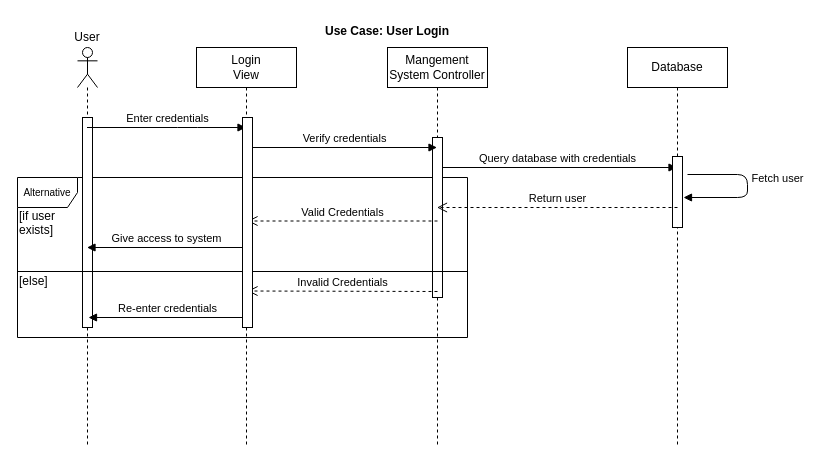
This is page "Login" (1 of 10) of SequenceDiagrams.drawio from ryan-holt/ENSF480FinalProject, a draw.io file, before an edit. Source tidied: cells renumbered, new cells numbered last; positions are measured from the earlier drawing's top-left corner, leaving out a move shared by most shapes. Both pictures are drawn from the tidied source at 100%, with x=0, y=0 at pixel (17, 17).
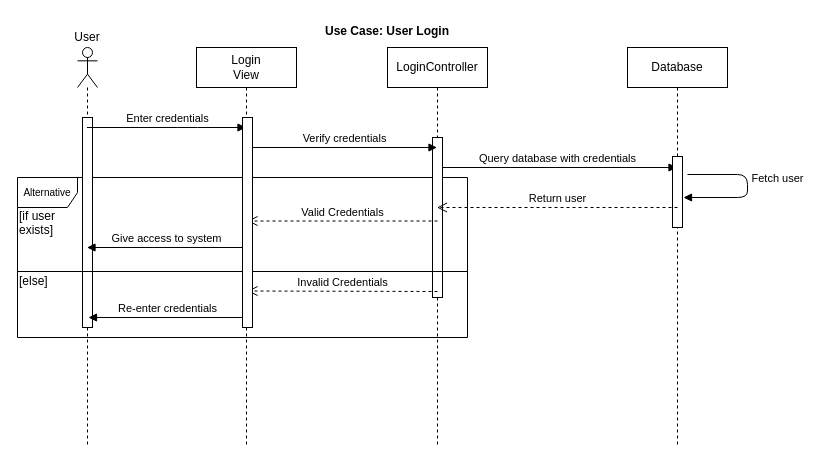
Above is the later version.

The edit, as a diff of the source:
```diff
@@
-    <mxCell id="5" value="Mangement&lt;br&gt;System Controller" style="shape=umlLifeline;perimeter=lifelinePerimeter;whiteSpace=wrap;html=1;outlineConnect=0;" parent="1" vertex="1">
+    <mxCell id="5" value="LoginController" style="shape=umlLifeline;perimeter=lifelinePerimeter;whiteSpace=wrap;html=1;outlineConnect=0;" parent="1" vertex="1">
       <mxGeometry x="370" y="30" width="100" height="400" as="geometry" />
     </mxCell>
```
